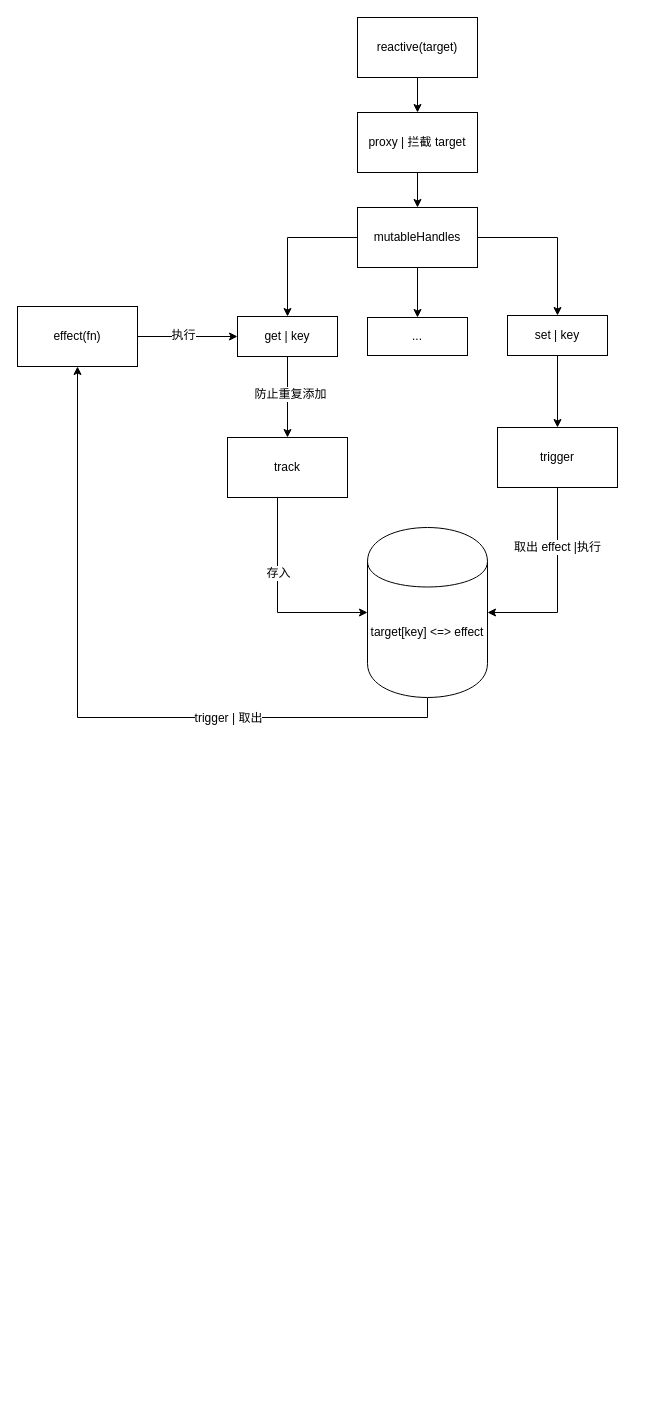
The draw.io diagram page "reactive" (1 of 4) of src/public/vue/vue-reactive-effect.drawio in coder-guanxy/blog, before the edit. Source tidied: cells renumbered, new cells numbered last; positions are measured from the earlier drawing's top-left corner, leaving out a move shared by most shapes. Both pictures are drawn from the tidied source at 100%, with x=0, y=0 at pixel (17, 17).
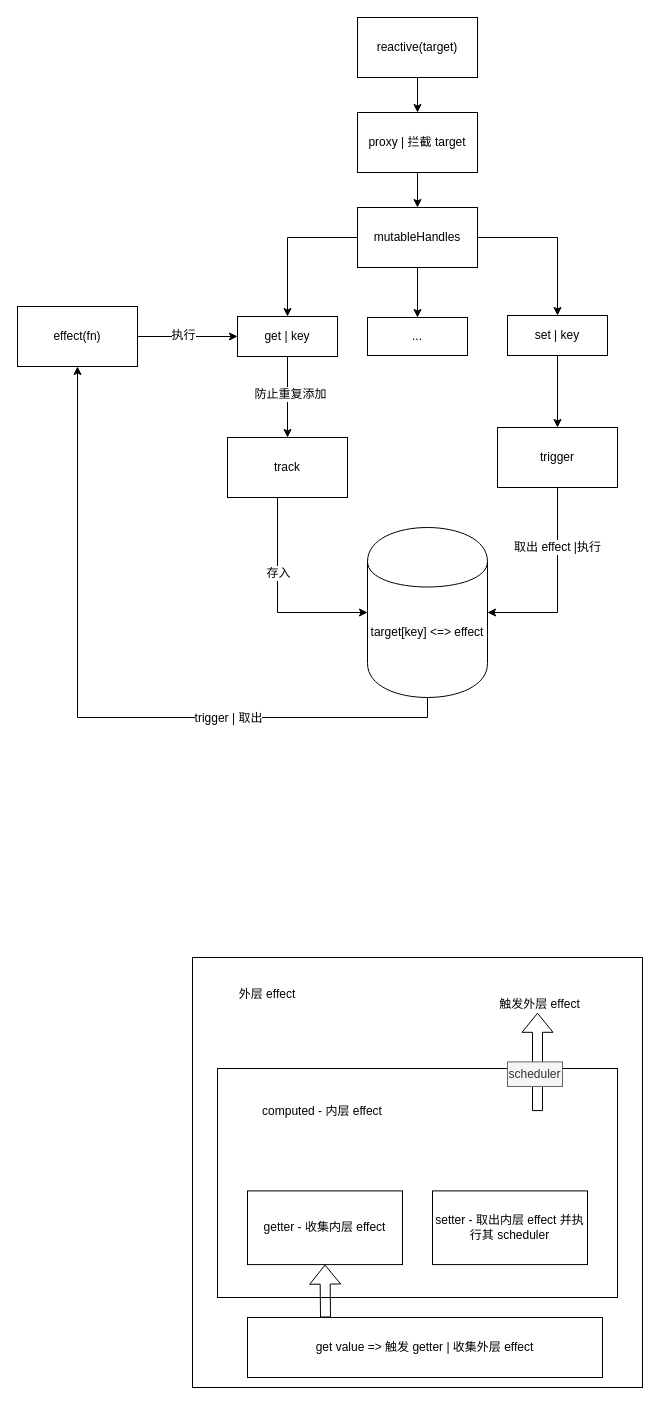
The same diagram, later.

Commit message (it also covers changes not shown here):
vue-source computed

What changed in the source:
```diff
@@
+    <mxCell id="28" style="group;" parent="1" vertex="1">
+      <mxGeometry x="175" y="940" width="450" height="430" as="geometry" />
+    </mxCell>
+    <mxCell id="29" style="rounded=0;whiteSpace=wrap;html=1;" parent="28" vertex="1">
+      <mxGeometry width="450" height="430" as="geometry" />
+    </mxCell>
+    <mxCell id="30" value="外层 effect" style="text;html=1;strokeColor=none;fillColor=none;align=center;verticalAlign=middle;whiteSpace=wrap;rounded=0;" parent="28" vertex="1">
+      <mxGeometry x="30" y="24.6" width="90" height="24.6" as="geometry" />
+    </mxCell>
+    <mxCell id="31" style="rounded=0;whiteSpace=wrap;html=1;" parent="28" vertex="1">
+      <mxGeometry x="25" y="111" width="400" height="229" as="geometry" />
+    </mxCell>
+    <mxCell id="32" value="computed - 内层 effect" style="text;html=1;strokeColor=none;fillColor=none;align=center;verticalAlign=middle;whiteSpace=wrap;rounded=0;" parent="28" vertex="1">
+      <mxGeometry x="60" y="135.1" width="140" height="36.9" as="geometry" />
+    </mxCell>
+    <mxCell id="33" style="shape=flexArrow;endArrow=classic;html=1;" parent="28" edge="1">
+      <mxGeometry relative="1" as="geometry">
+        <mxPoint x="345" y="153.6" as="sourcePoint" />
+        <mxPoint x="345" y="55.3" as="targetPoint" />
+      </mxGeometry>
+    </mxCell>
+    <mxCell id="34" value="scheduler" style="text;html=1;align=center;verticalAlign=middle;whiteSpace=wrap;rounded=0;fillColor=#f5f5f5;strokeColor=#666666;fontColor=#333333;" parent="28" vertex="1">
+      <mxGeometry x="315" y="104.4" width="55" height="24.6" as="geometry" />
+    </mxCell>
+    <mxCell id="35" value="getter - 收集内层 effect" style="rounded=0;whiteSpace=wrap;html=1;" parent="28" vertex="1">
+      <mxGeometry x="55" y="233.4" width="155" height="73.7" as="geometry" />
+    </mxCell>
+    <mxCell id="36" value="setter - 取出内层 effect 并执行其 scheduler" style="rounded=0;whiteSpace=wrap;html=1;" parent="28" vertex="1">
+      <mxGeometry x="240" y="233.4" width="155" height="73.7" as="geometry" />
+    </mxCell>
+    <mxCell id="37" value="get value =&amp;gt; 触发 getter | 收集外层 effect" style="rounded=0;whiteSpace=wrap;html=1;" parent="28" vertex="1">
+      <mxGeometry x="55" y="360" width="355" height="60" as="geometry" />
+    </mxCell>
+    <mxCell id="38" style="shape=flexArrow;endArrow=classic;html=1;entryX=0.5;entryY=1;entryDx=0;entryDy=0;" parent="28" edge="1" target="35">
+      <mxGeometry relative="1" as="geometry">
+        <mxPoint x="133" y="360" as="sourcePoint" />
+      </mxGeometry>
+    </mxCell>
+    <mxCell id="39" value="触发外层 effect" style="text;html=1;strokeColor=none;fillColor=none;align=center;verticalAlign=middle;whiteSpace=wrap;rounded=0;" parent="28" vertex="1">
+      <mxGeometry x="295" y="37" width="105" height="20" as="geometry" />
+    </mxCell>
```
